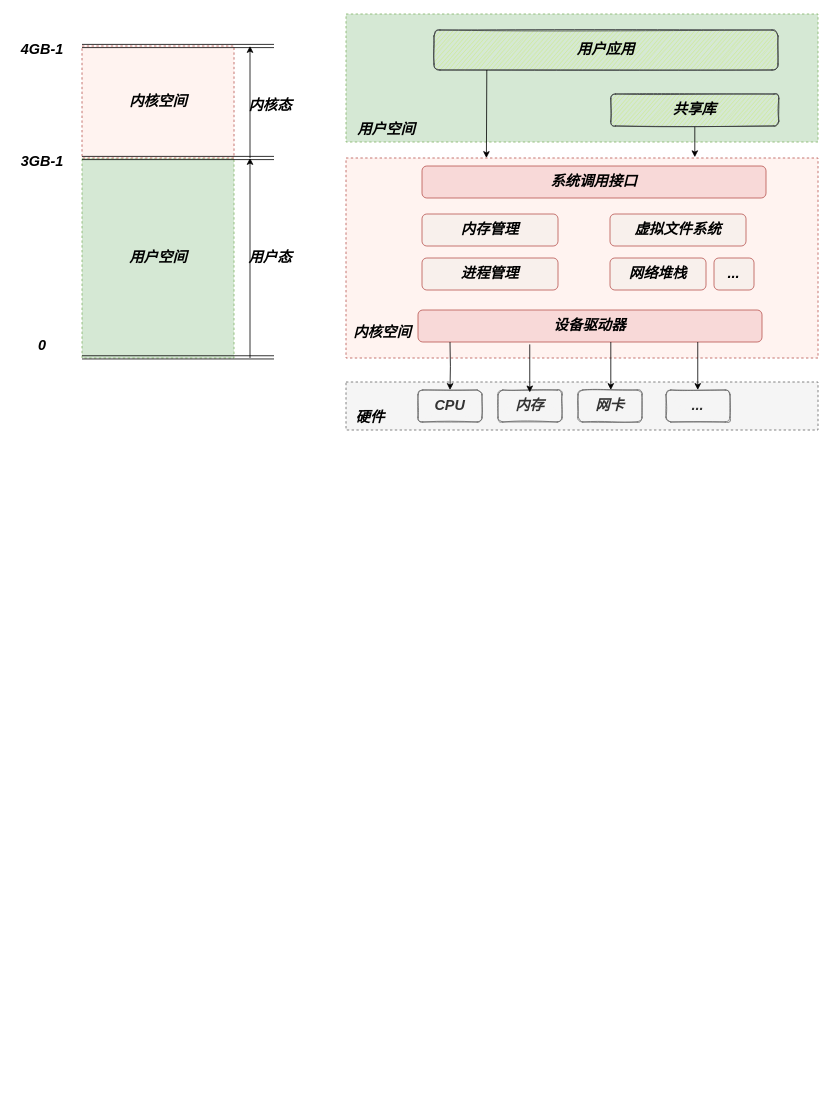
Bukayoooo/Draws keeps this draw.io diagram as network.drawio. Above is the earlier version. Source tidied: cells renumbered, new cells numbered last; positions are measured from the earlier drawing's top-left corner, leaving out a move shared by most shapes. Both pictures are drawn from the tidied source at 80%, with x=0, y=0 at pixel (14, 14).
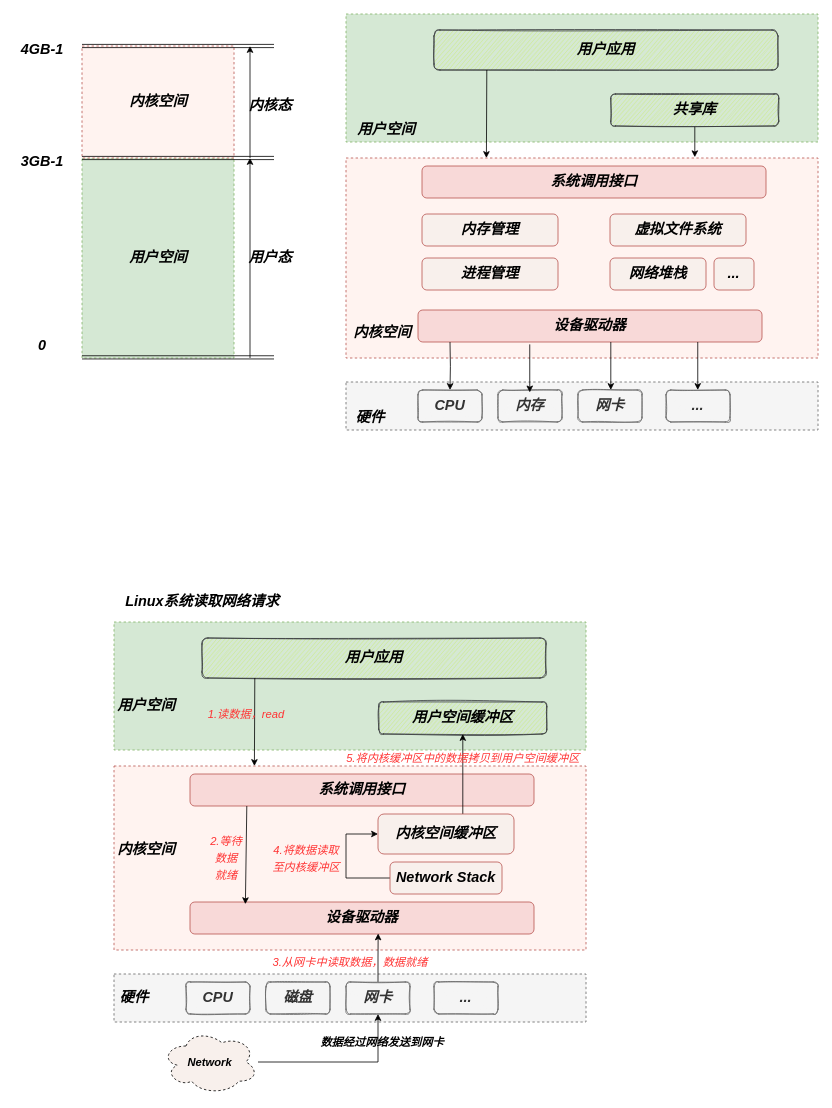
After the change.

Diff of the diagram source:
```diff
@@
+    <mxCell id="41" style="rounded=0;whiteSpace=wrap;html=1;sketch=0;fontSize=18;dashed=1;fillColor=#d5e8d4;strokeColor=#82b366;shadow=0;" parent="1" vertex="1">
+      <mxGeometry x="125" y="760" width="590" height="160" as="geometry" />
+    </mxCell>
+    <mxCell id="42" value="&lt;font style=&quot;font-size: 18px;&quot;&gt;&lt;b&gt;&lt;i&gt;用户应用&lt;/i&gt;&lt;/b&gt;&lt;/font&gt;" style="rounded=1;whiteSpace=wrap;html=1;fillColor=#cdeb8b;strokeColor=#36393d;sketch=1;" parent="1" vertex="1">
+      <mxGeometry x="235" y="780" width="430" height="50" as="geometry" />
+    </mxCell>
+    <mxCell id="43" value="&lt;span style=&quot;font-size: 18px;&quot;&gt;&lt;b&gt;&lt;i&gt;用户空间缓冲区&lt;/i&gt;&lt;/b&gt;&lt;/span&gt;" style="rounded=1;whiteSpace=wrap;html=1;fillColor=#cdeb8b;strokeColor=#36393d;sketch=1;" parent="1" vertex="1">
+      <mxGeometry x="456" y="860" width="210" height="40" as="geometry" />
+    </mxCell>
+    <mxCell id="44" value="&lt;b&gt;&lt;i&gt;用户空间&lt;/i&gt;&lt;/b&gt;" style="text;html=1;align=center;verticalAlign=middle;strokeColor=none;fillColor=none;fontSize=18;" parent="1" vertex="1">
+      <mxGeometry x="120" y="850" width="90" height="30" as="geometry" />
+    </mxCell>
+    <mxCell id="45" style="rounded=0;whiteSpace=wrap;html=1;sketch=0;fontSize=18;dashed=1;fillColor=#FFF3F0;strokeColor=#b85450;shadow=0;" parent="1" vertex="1">
+      <mxGeometry x="125" y="940" width="590" height="230" as="geometry" />
+    </mxCell>
+    <mxCell id="46" value="&lt;font style=&quot;font-size: 18px;&quot;&gt;&lt;b&gt;&lt;i&gt;系统调用接口&lt;/i&gt;&lt;/b&gt;&lt;/font&gt;" style="rounded=1;whiteSpace=wrap;html=1;fillColor=#F8D9D8;strokeColor=#b85450;sketch=0;" parent="1" vertex="1">
+      <mxGeometry x="220" y="950" width="430" height="40" as="geometry" />
+    </mxCell>
+    <mxCell id="47" value="&lt;b&gt;&lt;i&gt;内核空间&lt;/i&gt;&lt;/b&gt;" style="text;html=1;align=center;verticalAlign=middle;strokeColor=none;fillColor=none;fontSize=18;" parent="1" vertex="1">
+      <mxGeometry x="120" y="1030" width="90" height="30" as="geometry" />
+    </mxCell>
+    <mxCell id="48" style="edgeStyle=orthogonalEdgeStyle;rounded=0;jettySize=auto;html=1;entryX=0.5;entryY=1;entryDx=0;entryDy=0;fontSize=14;" parent="1" edge="1" source="49" target="43">
+      <mxGeometry relative="1" as="geometry">
+        <Array as="points">
+          <mxPoint x="561" y="970" />
+          <mxPoint x="561" y="970" />
+        </Array>
+      </mxGeometry>
+    </mxCell>
+    <mxCell id="49" value="&lt;span style=&quot;font-size: 18px;&quot;&gt;&lt;b&gt;&lt;i&gt;内核空间缓冲区&lt;/i&gt;&lt;/b&gt;&lt;/span&gt;" style="rounded=1;whiteSpace=wrap;html=1;fillColor=#F8F0EC;strokeColor=#b85450;sketch=0;" parent="1" vertex="1">
+      <mxGeometry x="455" y="1000" width="170" height="50" as="geometry" />
+    </mxCell>
+    <mxCell id="50" value="&lt;span style=&quot;font-size: 18px;&quot;&gt;&lt;b&gt;&lt;i&gt;设备驱动器&lt;/i&gt;&lt;/b&gt;&lt;/span&gt;" style="rounded=1;whiteSpace=wrap;html=1;fillColor=#F8D9D8;strokeColor=#b85450;sketch=0;" parent="1" vertex="1">
+      <mxGeometry x="220" y="1110" width="430" height="40" as="geometry" />
+    </mxCell>
+    <mxCell id="51" style="rounded=0;whiteSpace=wrap;html=1;sketch=0;fontSize=18;dashed=1;fillColor=#f5f5f5;strokeColor=#666666;shadow=0;fontColor=#333333;" parent="1" vertex="1">
+      <mxGeometry x="125" y="1200" width="590" height="60" as="geometry" />
+    </mxCell>
+    <mxCell id="52" value="&lt;span style=&quot;font-size: 18px;&quot;&gt;&lt;b&gt;&lt;i&gt;CPU&lt;/i&gt;&lt;/b&gt;&lt;/span&gt;" style="rounded=1;whiteSpace=wrap;html=1;fillColor=#f5f5f5;strokeColor=#666666;sketch=1;fontColor=#333333;" parent="1" vertex="1">
+      <mxGeometry x="215" y="1210" width="80" height="40" as="geometry" />
+    </mxCell>
+    <mxCell id="53" value="&lt;b&gt;&lt;i&gt;硬件&lt;/i&gt;&lt;/b&gt;" style="text;html=1;align=center;verticalAlign=middle;strokeColor=none;fillColor=none;fontSize=18;" parent="1" vertex="1">
+      <mxGeometry x="125" y="1215" width="50" height="30" as="geometry" />
+    </mxCell>
+    <mxCell id="54" value="&lt;span style=&quot;font-size: 18px;&quot;&gt;&lt;b&gt;&lt;i&gt;磁盘&lt;/i&gt;&lt;/b&gt;&lt;/span&gt;" style="rounded=1;whiteSpace=wrap;html=1;fillColor=#f5f5f5;strokeColor=#666666;sketch=1;fontColor=#333333;" parent="1" vertex="1">
+      <mxGeometry x="315" y="1210" width="80" height="40" as="geometry" />
+    </mxCell>
+    <mxCell id="55" style="edgeStyle=orthogonalEdgeStyle;rounded=0;jettySize=auto;html=1;fontSize=18;entryX=0.547;entryY=0.983;entryDx=0;entryDy=0;entryPerimeter=0;" parent="1" edge="1" source="56" target="50">
+      <mxGeometry relative="1" as="geometry" />
+    </mxCell>
+    <mxCell id="56" value="&lt;span style=&quot;font-size: 18px;&quot;&gt;&lt;b&gt;&lt;i&gt;网卡&lt;/i&gt;&lt;/b&gt;&lt;/span&gt;" style="rounded=1;whiteSpace=wrap;html=1;fillColor=#f5f5f5;strokeColor=#666666;sketch=1;fontColor=#333333;" parent="1" vertex="1">
+      <mxGeometry x="415" y="1210" width="80" height="40" as="geometry" />
+    </mxCell>
+    <mxCell id="57" value="&lt;span style=&quot;font-size: 18px;&quot;&gt;&lt;b&gt;&lt;i&gt;...&lt;/i&gt;&lt;/b&gt;&lt;/span&gt;" style="rounded=1;whiteSpace=wrap;html=1;fillColor=#f5f5f5;strokeColor=#666666;sketch=1;fontColor=#333333;" parent="1" vertex="1">
+      <mxGeometry x="525" y="1210" width="80" height="40" as="geometry" />
+    </mxCell>
+    <mxCell id="58" style="endArrow=classic;html=1;rounded=0;fontSize=18;entryX=0.25;entryY=0;entryDx=0;entryDy=0;" parent="1" edge="1">
+      <mxGeometry relative="1" as="geometry">
+        <mxPoint x="301" y="830" as="sourcePoint" />
+        <mxPoint x="300.5" y="940" as="targetPoint" />
+      </mxGeometry>
+    </mxCell>
+    <mxCell id="59" value="&lt;b&gt;&lt;i&gt;Linux系统读取网络请求&lt;/i&gt;&lt;/b&gt;" style="text;html=1;align=center;verticalAlign=middle;strokeColor=none;fillColor=none;fontSize=18;" parent="1" vertex="1">
+      <mxGeometry x="130" y="720" width="210" height="30" as="geometry" />
+    </mxCell>
+    <mxCell id="60" value="&lt;b&gt;&lt;i&gt;&lt;font style=&quot;font-size: 14px;&quot;&gt;数据经过网络发送到网卡&lt;/font&gt;&lt;/i&gt;&lt;/b&gt;" style="text;html=1;align=center;verticalAlign=middle;strokeColor=none;fillColor=none;fontSize=18;" parent="1" vertex="1">
+      <mxGeometry x="375" y="1270" width="170" height="30" as="geometry" />
+    </mxCell>
+    <mxCell id="61" style="edgeStyle=orthogonalEdgeStyle;rounded=0;jettySize=auto;html=1;fontSize=14;" parent="1" edge="1" source="62" target="56">
+      <mxGeometry relative="1" as="geometry" />
+    </mxCell>
+    <mxCell id="62" value="&lt;b&gt;&lt;i&gt;Network&lt;/i&gt;&lt;/b&gt;" style="ellipse;shape=cloud;whiteSpace=wrap;html=1;shadow=0;dashed=1;sketch=0;fontSize=14;fillColor=#F8F0EC;" parent="1" vertex="1">
+      <mxGeometry x="185" y="1270" width="120" height="80" as="geometry" />
+    </mxCell>
+    <mxCell id="63" value="&lt;i style=&quot;&quot;&gt;&lt;font color=&quot;#ff3333&quot; style=&quot;font-size: 14px;&quot;&gt;1.读数据，read&lt;/font&gt;&lt;/i&gt;" style="text;html=1;align=center;verticalAlign=middle;strokeColor=none;fillColor=none;fontSize=18;" parent="1" vertex="1">
+      <mxGeometry x="235" y="860" width="110" height="30" as="geometry" />
+    </mxCell>
+    <mxCell id="64" style="endArrow=classic;html=1;rounded=0;fontSize=18;entryX=0.161;entryY=0.067;entryDx=0;entryDy=0;entryPerimeter=0;" parent="1" edge="1" target="50">
+      <mxGeometry relative="1" as="geometry">
+        <mxPoint x="291" y="990" as="sourcePoint" />
+      </mxGeometry>
+    </mxCell>
+    <mxCell id="65" value="&lt;i style=&quot;&quot;&gt;&lt;font color=&quot;#ff3333&quot; style=&quot;font-size: 14px;&quot;&gt;2.等待&lt;br&gt;数据&lt;br&gt;就绪&lt;/font&gt;&lt;/i&gt;" style="text;html=1;align=center;verticalAlign=middle;strokeColor=none;fillColor=none;fontSize=18;" parent="1" vertex="1">
+      <mxGeometry x="235" y="1020" width="60" height="70" as="geometry" />
+    </mxCell>
+    <mxCell id="66" style="edgeStyle=orthogonalEdgeStyle;rounded=0;jettySize=auto;html=1;entryX=0;entryY=0.5;entryDx=0;entryDy=0;fontSize=14;exitX=0;exitY=0.5;exitDx=0;exitDy=0;" parent="1" edge="1" source="67" target="49">
+      <mxGeometry relative="1" as="geometry">
+        <Array as="points">
+          <mxPoint x="415" y="1080" />
+          <mxPoint x="415" y="1025" />
+        </Array>
+      </mxGeometry>
+    </mxCell>
+    <mxCell id="67" value="&lt;span style=&quot;font-size: 18px;&quot;&gt;&lt;b&gt;&lt;i&gt;Network Stack&lt;/i&gt;&lt;/b&gt;&lt;/span&gt;" style="rounded=1;whiteSpace=wrap;html=1;fillColor=#F8F0EC;strokeColor=#b85450;sketch=0;" parent="1" vertex="1">
+      <mxGeometry x="470" y="1060" width="140" height="40" as="geometry" />
+    </mxCell>
+    <mxCell id="68" value="&lt;span style=&quot;font-size: 14px;&quot;&gt;&lt;i&gt;&lt;font color=&quot;#ff3333&quot;&gt;3.从网卡中读取数据，数据就绪&lt;/font&gt;&lt;/i&gt;&lt;/span&gt;" style="text;html=1;align=center;verticalAlign=middle;strokeColor=none;fillColor=none;fontSize=18;" parent="1" vertex="1">
+      <mxGeometry x="315" y="1170" width="210" height="30" as="geometry" />
+    </mxCell>
+    <mxCell id="69" value="&lt;span style=&quot;font-size: 14px;&quot;&gt;&lt;i&gt;&lt;font color=&quot;#ff3333&quot;&gt;4.将数据读取&lt;br&gt;至内核缓冲区&lt;/font&gt;&lt;/i&gt;&lt;/span&gt;" style="text;html=1;align=center;verticalAlign=middle;strokeColor=none;fillColor=none;fontSize=18;" parent="1" vertex="1">
+      <mxGeometry x="315" y="1030" width="100" height="50" as="geometry" />
+    </mxCell>
+    <mxCell id="70" value="&lt;span style=&quot;font-size: 14px;&quot;&gt;&lt;i&gt;&lt;font color=&quot;#ff3333&quot;&gt;5.将内核缓冲区中的数据拷贝到用户空间缓冲区&lt;/font&gt;&lt;/i&gt;&lt;/span&gt;" style="text;html=1;align=center;verticalAlign=middle;strokeColor=none;fillColor=none;fontSize=18;" parent="1" vertex="1">
+      <mxGeometry x="406" y="915" width="310" height="30" as="geometry" />
+    </mxCell>
```
